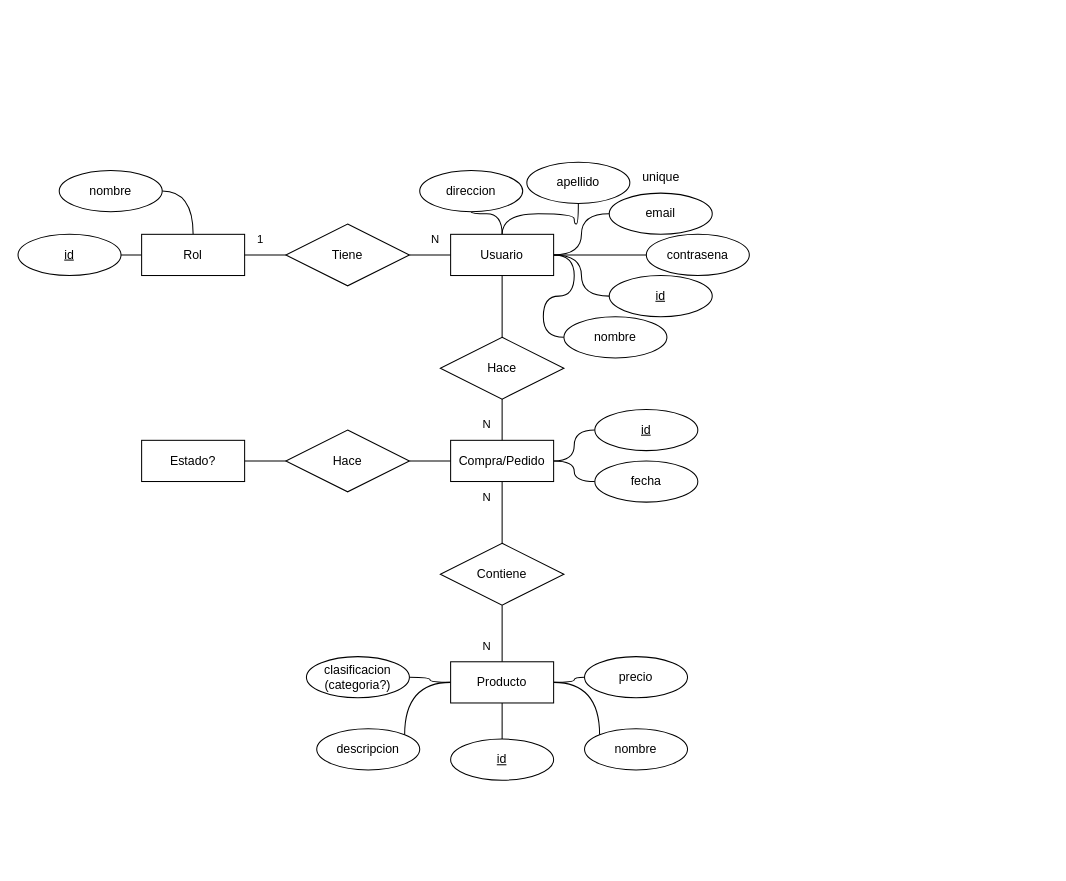
Above: tallerwebii.drawio in Gonza857/twii-ecommerce (draw.io), before the change. Source tidied: cells renumbered, new cells numbered last; positions are measured from the earlier drawing's top-left corner, leaving out a move shared by most shapes. Both pictures are drawn from the tidied source at 103%, with x=0, y=0 at pixel (18, 162).
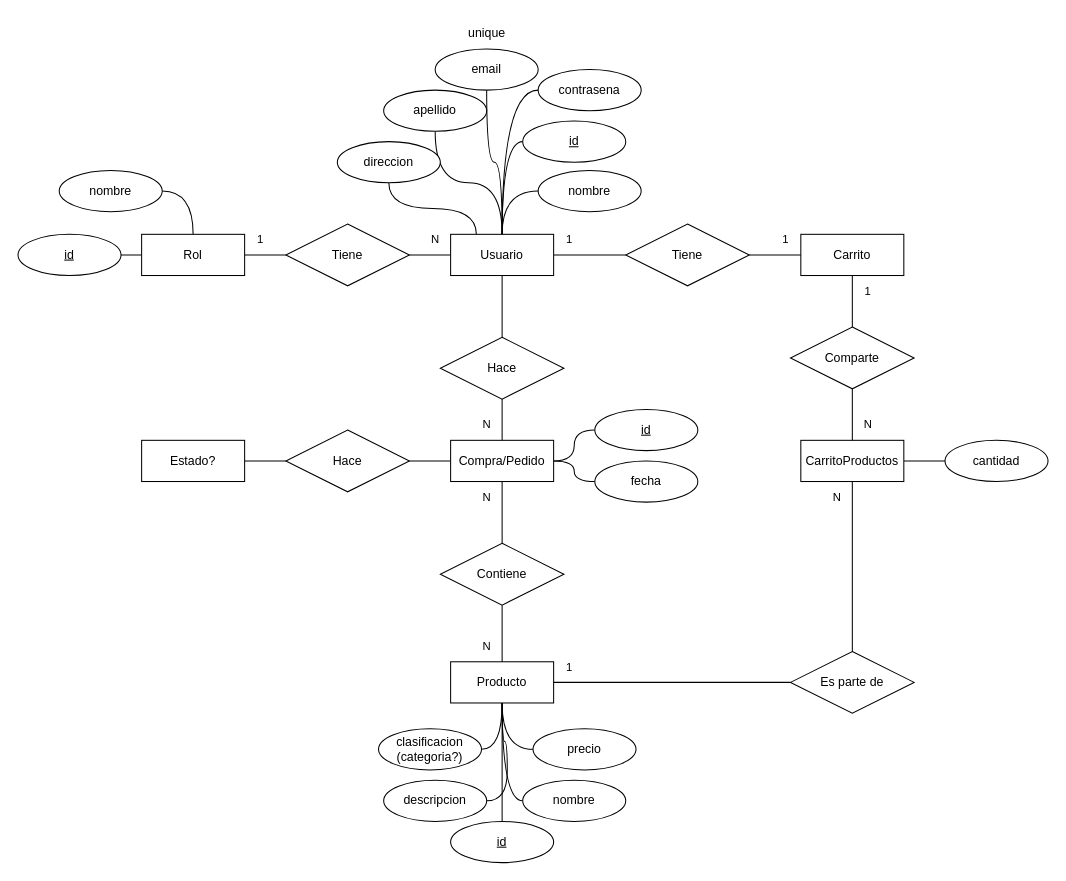
The same diagram, later.

The change refers to these unchanged cells:
```xml
<mxCell id="8" value="Usuario" style="whiteSpace=wrap;html=1;align=center;" parent="1" vertex="1">
  <mxGeometry x="420" y="70" width="100" height="40" as="geometry" />
</mxCell>
<mxCell id="31" value="Producto" style="whiteSpace=wrap;html=1;align=center;" parent="1" vertex="1">
  <mxGeometry x="420" y="485" width="100" height="40" as="geometry" />
</mxCell>
```

Diff of the diagram source:
```diff
@@
-    <mxCell id="5" style="edgeStyle=orthogonalEdgeStyle;shape=connector;rounded=0;jettySize=auto;html=1;entryX=0;entryY=0.5;entryDx=0;entryDy=0;strokeColor=default;align=center;verticalAlign=middle;fontFamily=Helvetica;fontSize=11;fontColor=default;labelBackgroundColor=default;endArrow=none;endFill=0;curved=1;" parent="1" edge="1" source="8" target="9">
+    <mxCell id="5" style="edgeStyle=orthogonalEdgeStyle;shape=connector;rounded=0;jettySize=auto;html=1;entryX=0.5;entryY=1;entryDx=0;entryDy=0;strokeColor=default;align=center;verticalAlign=middle;fontFamily=Helvetica;fontSize=11;fontColor=default;labelBackgroundColor=default;endArrow=none;endFill=0;curved=1;" parent="1" edge="1" source="8" target="9">
       <mxGeometry relative="1" as="geometry" />
     </mxCell>
-    <mxCell id="6" style="edgeStyle=orthogonalEdgeStyle;shape=connector;curved=1;rounded=0;jettySize=auto;html=1;entryX=0.5;entryY=1;entryDx=0;entryDy=0;strokeColor=default;align=center;verticalAlign=middle;fontFamily=Helvetica;fontSize=11;fontColor=default;labelBackgroundColor=default;endArrow=none;endFill=0;" parent="1" edge="1" source="8" target="13">
+    <mxCell id="6" style="edgeStyle=orthogonalEdgeStyle;shape=connector;curved=1;rounded=0;jettySize=auto;html=1;entryX=0.5;entryY=1;entryDx=0;entryDy=0;strokeColor=default;align=center;verticalAlign=middle;fontFamily=Helvetica;fontSize=11;fontColor=default;labelBackgroundColor=default;endArrow=none;endFill=0;exitX=0.25;exitY=0;exitDx=0;exitDy=0;" parent="1" edge="1" source="8" target="13">
       <mxGeometry relative="1" as="geometry" />
     </mxCell>
@@
+    <mxCell id="55" style="edgeStyle=orthogonalEdgeStyle;rounded=0;jettySize=auto;html=1;entryX=0;entryY=0.5;entryDx=0;entryDy=0;endArrow=none;endFill=0;" parent="1" edge="1" source="8" target="59">
+      <mxGeometry relative="1" as="geometry" />
+    </mxCell>
@@
     <mxCell id="9" value="email" style="ellipse;whiteSpace=wrap;html=1;align=center;" parent="1" vertex="1">
-      <mxGeometry x="574" y="30" width="100" height="40" as="geometry" />
+      <mxGeometry x="405" y="-110" width="100" height="40" as="geometry" />
     </mxCell>
     <mxCell id="10" value="contrasena" style="ellipse;whiteSpace=wrap;html=1;align=center;" parent="1" vertex="1">
-      <mxGeometry x="610" y="70" width="100" height="40" as="geometry" />
+      <mxGeometry x="505" y="-90" width="100" height="40" as="geometry" />
     </mxCell>
     <mxCell id="11" value="nombre" style="ellipse;whiteSpace=wrap;html=1;align=center;" parent="1" vertex="1">
-      <mxGeometry x="530" y="150" width="100" height="40" as="geometry" />
+      <mxGeometry x="505" y="8" width="100" height="40" as="geometry" />
     </mxCell>
     <mxCell id="12" value="apellido" style="ellipse;whiteSpace=wrap;html=1;align=center;" parent="1" vertex="1">
-      <mxGeometry x="494" width="100" height="40" as="geometry" />
+      <mxGeometry x="355" y="-70" width="100" height="40" as="geometry" />
     </mxCell>
     <mxCell id="13" value="direccion" style="ellipse;whiteSpace=wrap;html=1;align=center;" parent="1" vertex="1">
-      <mxGeometry x="390" y="8" width="100" height="40" as="geometry" />
+      <mxGeometry x="310" y="-20" width="100" height="40" as="geometry" />
     </mxCell>
     <mxCell id="14" value="unique" style="text;html=1;align=center;verticalAlign=middle;strokeColor=none;fillColor=none;" parent="1" vertex="1">
-      <mxGeometry x="594" width="60" height="30" as="geometry" />
+      <mxGeometry x="425" y="-140" width="60" height="30" as="geometry" />
     </mxCell>
@@
     <mxCell id="18" value="id" style="ellipse;whiteSpace=wrap;html=1;align=center;fontStyle=4;" parent="1" vertex="1">
-      <mxGeometry x="574" y="110" width="100" height="40" as="geometry" />
+      <mxGeometry x="490" y="-40" width="100" height="40" as="geometry" />
     </mxCell>
@@
-    <mxCell id="27" style="edgeStyle=orthogonalEdgeStyle;shape=connector;curved=1;rounded=0;jettySize=auto;html=1;entryX=1;entryY=0;entryDx=0;entryDy=0;strokeColor=default;align=center;verticalAlign=middle;fontFamily=Helvetica;fontSize=11;fontColor=default;labelBackgroundColor=default;endArrow=none;endFill=0;" parent="1" edge="1" source="31" target="34">
+    <mxCell id="27" style="edgeStyle=orthogonalEdgeStyle;shape=connector;curved=1;rounded=0;jettySize=auto;html=1;entryX=1;entryY=0.5;entryDx=0;entryDy=0;strokeColor=default;align=center;verticalAlign=middle;fontFamily=Helvetica;fontSize=11;fontColor=default;labelBackgroundColor=default;endArrow=none;endFill=0;" parent="1" edge="1" source="31" target="34">
       <mxGeometry relative="1" as="geometry" />
     </mxCell>
@@
-    <mxCell id="29" style="edgeStyle=orthogonalEdgeStyle;shape=connector;curved=1;rounded=0;jettySize=auto;html=1;entryX=0;entryY=0;entryDx=0;entryDy=0;strokeColor=default;align=center;verticalAlign=middle;fontFamily=Helvetica;fontSize=11;fontColor=default;labelBackgroundColor=default;endArrow=none;endFill=0;" parent="1" edge="1" source="31" target="33">
+    <mxCell id="29" style="edgeStyle=orthogonalEdgeStyle;shape=connector;curved=1;rounded=0;jettySize=auto;html=1;entryX=0;entryY=0.5;entryDx=0;entryDy=0;strokeColor=default;align=center;verticalAlign=middle;fontFamily=Helvetica;fontSize=11;fontColor=default;labelBackgroundColor=default;endArrow=none;endFill=0;" parent="1" edge="1" source="31" target="33">
       <mxGeometry relative="1" as="geometry" />
     </mxCell>
@@
     <mxCell id="32" value="id" style="ellipse;whiteSpace=wrap;html=1;align=center;fontStyle=4;" parent="1" vertex="1">
-      <mxGeometry x="420" y="560" width="100" height="40" as="geometry" />
+      <mxGeometry x="420" y="640" width="100" height="40" as="geometry" />
     </mxCell>
     <mxCell id="33" value="nombre" style="ellipse;whiteSpace=wrap;html=1;align=center;" parent="1" vertex="1">
-      <mxGeometry x="550" y="550" width="100" height="40" as="geometry" />
+      <mxGeometry x="490" y="600" width="100" height="40" as="geometry" />
     </mxCell>
     <mxCell id="34" value="descripcion" style="ellipse;whiteSpace=wrap;html=1;align=center;" parent="1" vertex="1">
-      <mxGeometry x="290" y="550" width="100" height="40" as="geometry" />
+      <mxGeometry x="355" y="600" width="100" height="40" as="geometry" />
     </mxCell>
     <mxCell id="35" value="clasificacion&lt;div&gt;(categoria?)&lt;/div&gt;" style="ellipse;whiteSpace=wrap;html=1;align=center;" parent="1" vertex="1">
-      <mxGeometry x="280" y="480" width="100" height="40" as="geometry" />
+      <mxGeometry x="350" y="550" width="100" height="40" as="geometry" />
     </mxCell>
     <mxCell id="36" value="precio" style="ellipse;whiteSpace=wrap;html=1;align=center;" parent="1" vertex="1">
-      <mxGeometry x="550" y="480" width="100" height="40" as="geometry" />
+      <mxGeometry x="500" y="550" width="100" height="40" as="geometry" />
     </mxCell>
@@
+    <mxCell id="56" style="edgeStyle=orthogonalEdgeStyle;shape=connector;rounded=0;jettySize=auto;html=1;entryX=0.5;entryY=0;entryDx=0;entryDy=0;strokeColor=default;align=center;verticalAlign=middle;fontFamily=Helvetica;fontSize=11;fontColor=default;labelBackgroundColor=default;endArrow=none;endFill=0;" parent="1" edge="1" source="57" target="65">
+      <mxGeometry relative="1" as="geometry" />
+    </mxCell>
+    <mxCell id="57" value="Carrito" style="whiteSpace=wrap;html=1;align=center;" parent="1" vertex="1">
+      <mxGeometry x="760" y="70" width="100" height="40" as="geometry" />
+    </mxCell>
+    <mxCell id="58" style="edgeStyle=orthogonalEdgeStyle;shape=connector;rounded=0;jettySize=auto;html=1;entryX=0;entryY=0.5;entryDx=0;entryDy=0;strokeColor=default;align=center;verticalAlign=middle;fontFamily=Helvetica;fontSize=11;fontColor=default;labelBackgroundColor=default;endArrow=none;endFill=0;" parent="1" edge="1" source="59" target="57">
+      <mxGeometry relative="1" as="geometry" />
+    </mxCell>
+    <mxCell id="59" value="Tiene" style="shape=rhombus;perimeter=rhombusPerimeter;whiteSpace=wrap;html=1;align=center;" parent="1" vertex="1">
+      <mxGeometry x="590" y="60" width="120" height="60" as="geometry" />
+    </mxCell>
+    <mxCell id="60" value="1" style="text;html=1;align=center;verticalAlign=middle;strokeColor=none;fillColor=none;fontFamily=Helvetica;fontSize=11;fontColor=default;labelBackgroundColor=default;" parent="1" vertex="1">
+      <mxGeometry x="520" y="60" width="30" height="30" as="geometry" />
+    </mxCell>
+    <mxCell id="61" value="1" style="text;html=1;align=center;verticalAlign=middle;strokeColor=none;fillColor=none;fontFamily=Helvetica;fontSize=11;fontColor=default;labelBackgroundColor=default;" parent="1" vertex="1">
+      <mxGeometry x="730" y="60" width="30" height="30" as="geometry" />
+    </mxCell>
+    <mxCell id="62" style="edgeStyle=orthogonalEdgeStyle;shape=connector;rounded=0;jettySize=auto;html=1;entryX=0;entryY=0.5;entryDx=0;entryDy=0;strokeColor=default;align=center;verticalAlign=middle;fontFamily=Helvetica;fontSize=11;fontColor=default;labelBackgroundColor=default;endArrow=none;endFill=0;" parent="1" edge="1" source="63" target="73">
+      <mxGeometry relative="1" as="geometry" />
+    </mxCell>
+    <mxCell id="63" value="CarritoProductos" style="whiteSpace=wrap;html=1;align=center;" parent="1" vertex="1">
+      <mxGeometry x="760" y="270" width="100" height="40" as="geometry" />
+    </mxCell>
+    <mxCell id="64" style="edgeStyle=orthogonalEdgeStyle;shape=connector;rounded=0;jettySize=auto;html=1;entryX=0.5;entryY=0;entryDx=0;entryDy=0;strokeColor=default;align=center;verticalAlign=middle;fontFamily=Helvetica;fontSize=11;fontColor=default;labelBackgroundColor=default;endArrow=none;endFill=0;" parent="1" edge="1" source="65" target="63">
+      <mxGeometry relative="1" as="geometry" />
+    </mxCell>
+    <mxCell id="65" value="Comparte" style="shape=rhombus;perimeter=rhombusPerimeter;whiteSpace=wrap;html=1;align=center;" parent="1" vertex="1">
+      <mxGeometry x="750" y="160" width="120" height="60" as="geometry" />
+    </mxCell>
+    <mxCell id="66" style="edgeStyle=orthogonalEdgeStyle;shape=connector;rounded=0;jettySize=auto;html=1;entryX=1;entryY=0.5;entryDx=0;entryDy=0;strokeColor=default;align=center;verticalAlign=middle;fontFamily=Helvetica;fontSize=11;fontColor=default;labelBackgroundColor=default;endArrow=none;endFill=0;" parent="1" edge="1" source="68" target="31">
+      <mxGeometry relative="1" as="geometry" />
+    </mxCell>
+    <mxCell id="67" style="edgeStyle=orthogonalEdgeStyle;shape=connector;rounded=0;jettySize=auto;html=1;entryX=0.5;entryY=1;entryDx=0;entryDy=0;strokeColor=default;align=center;verticalAlign=middle;fontFamily=Helvetica;fontSize=11;fontColor=default;labelBackgroundColor=default;endArrow=none;endFill=0;" parent="1" edge="1" source="68" target="63">
+      <mxGeometry relative="1" as="geometry" />
+    </mxCell>
+    <mxCell id="68" value="Es parte de" style="shape=rhombus;perimeter=rhombusPerimeter;whiteSpace=wrap;html=1;align=center;" parent="1" vertex="1">
+      <mxGeometry x="750" y="475" width="120" height="60" as="geometry" />
+    </mxCell>
+    <mxCell id="69" value="N" style="text;html=1;align=center;verticalAlign=middle;strokeColor=none;fillColor=none;fontFamily=Helvetica;fontSize=11;fontColor=default;labelBackgroundColor=default;" parent="1" vertex="1">
+      <mxGeometry x="780" y="310" width="30" height="30" as="geometry" />
+    </mxCell>
+    <mxCell id="70" value="1" style="text;html=1;align=center;verticalAlign=middle;strokeColor=none;fillColor=none;fontFamily=Helvetica;fontSize=11;fontColor=default;labelBackgroundColor=default;" parent="1" vertex="1">
+      <mxGeometry x="520" y="475" width="30" height="30" as="geometry" />
+    </mxCell>
+    <mxCell id="71" value="1" style="text;html=1;align=center;verticalAlign=middle;strokeColor=none;fillColor=none;fontFamily=Helvetica;fontSize=11;fontColor=default;labelBackgroundColor=default;" parent="1" vertex="1">
+      <mxGeometry x="810" y="110" width="30" height="30" as="geometry" />
+    </mxCell>
+    <mxCell id="72" value="N" style="text;html=1;align=center;verticalAlign=middle;strokeColor=none;fillColor=none;fontFamily=Helvetica;fontSize=11;fontColor=default;labelBackgroundColor=default;" parent="1" vertex="1">
+      <mxGeometry x="810" y="240" width="30" height="30" as="geometry" />
+    </mxCell>
+    <mxCell id="73" value="cantidad" style="ellipse;whiteSpace=wrap;html=1;align=center;" parent="1" vertex="1">
+      <mxGeometry x="900" y="270" width="100" height="40" as="geometry" />
+    </mxCell>
```
